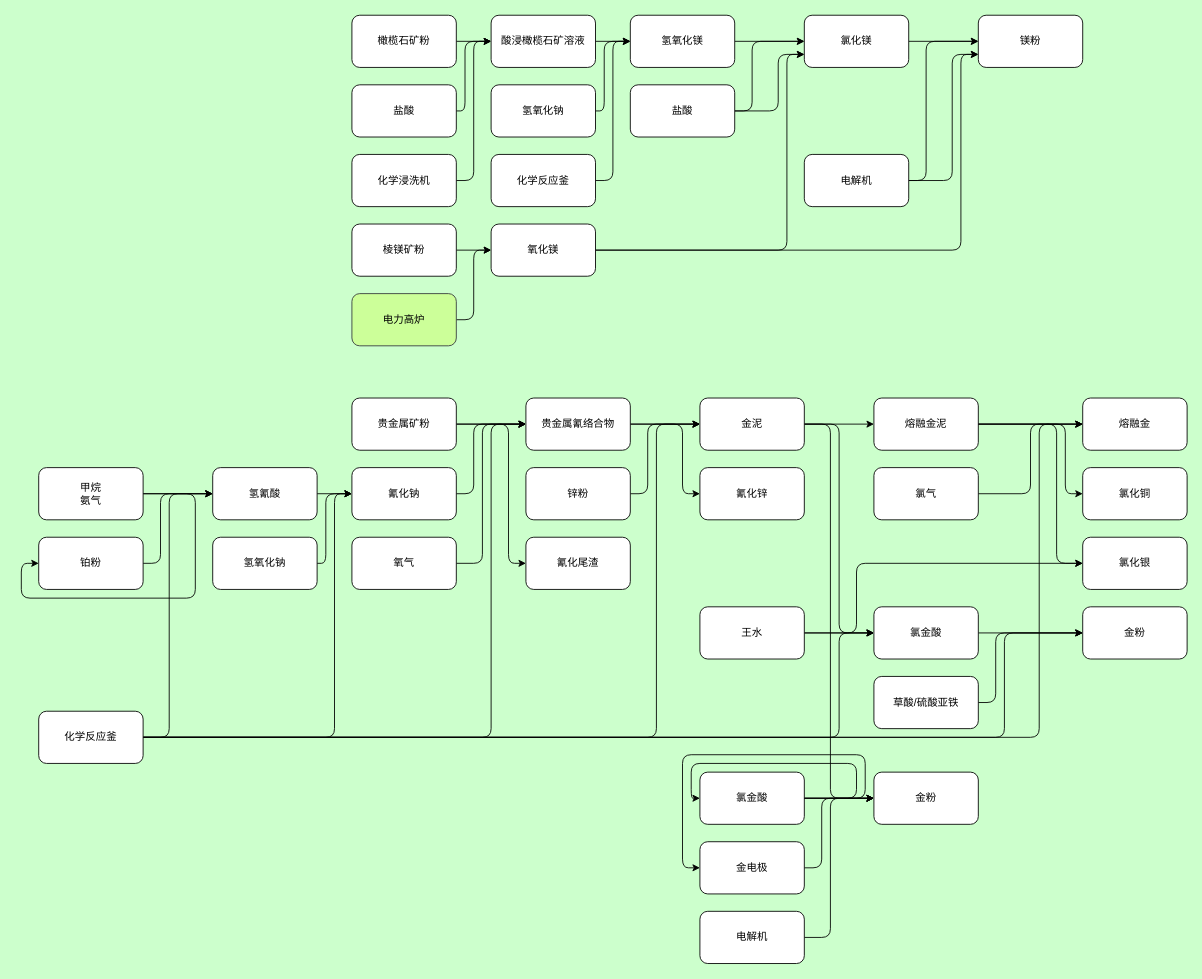
Earlier version of the draw.io diagram page "矿处" (3 of 3) of CTNH.drawio (CTNH-Team/CTNH-flow-chart). Source tidied: cells renumbered, new cells numbered last; positions are measured from the earlier drawing's top-left corner, leaving out a move shared by most shapes. Both pictures are drawn from the tidied source at 87%, with x=0, y=0 at pixel (21, 15).
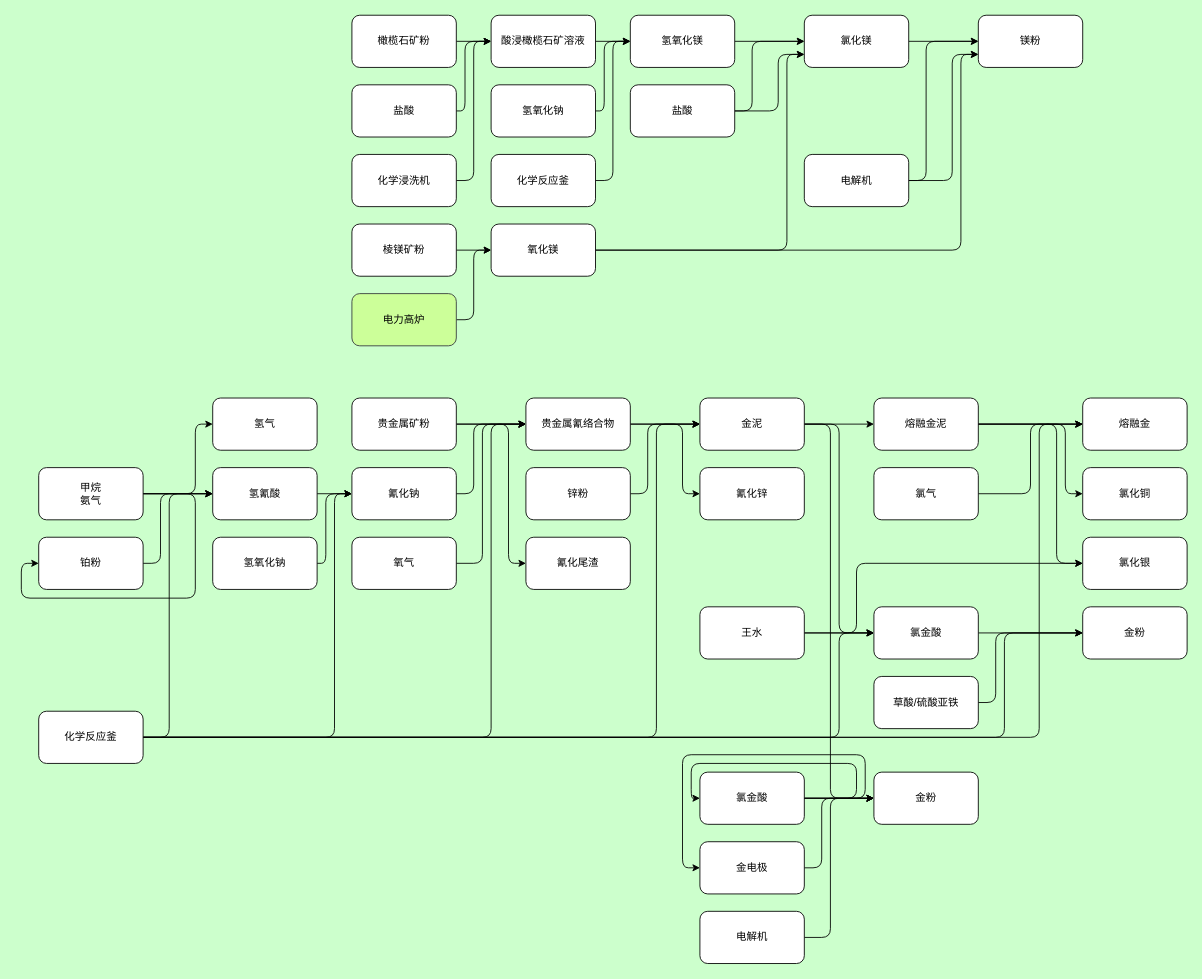
The same diagram, later.

Unchanged cells that the change refers to:
```xml
<mxCell id="88" value="甲烷&lt;div&gt;氨气&lt;/div&gt;" style="rounded=1;whiteSpace=wrap;html=1;fontColor=light-dark(#000000,#000000);" parent="1" vertex="1">
  <mxGeometry x="20" y="520" width="120" height="60" as="geometry" />
</mxCell>
```

Change to the diagram source:
```diff
@@
+    <mxCell id="93" style="edgeStyle=orthogonalEdgeStyle;shape=connector;curved=0;rounded=1;jettySize=auto;html=1;exitX=1;exitY=0.5;exitDx=0;exitDy=0;entryX=0;entryY=0.5;entryDx=0;entryDy=0;strokeColor=default;align=center;verticalAlign=middle;fontFamily=Helvetica;fontSize=11;fontColor=default;labelBackgroundColor=default;endArrow=classic;" parent="1" edge="1" source="88" target="94">
+      <mxGeometry relative="1" as="geometry">
+        <Array as="points">
+          <mxPoint x="200" y="550" />
+          <mxPoint x="200" y="470" />
+        </Array>
+      </mxGeometry>
+    </mxCell>
@@
+    <mxCell id="94" value="氢气" style="rounded=1;whiteSpace=wrap;html=1;fontColor=light-dark(#000000,#000000);" parent="1" vertex="1">
+      <mxGeometry x="220" y="440" width="120" height="60" as="geometry" />
+    </mxCell>
```
